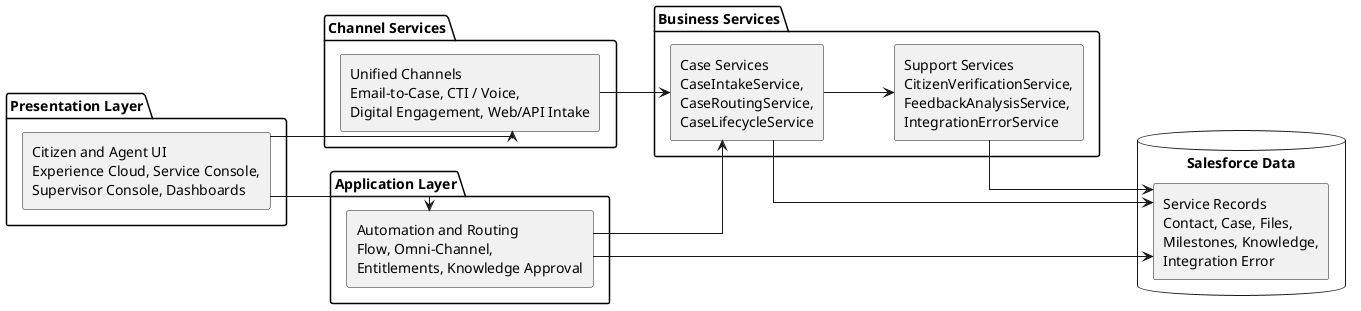
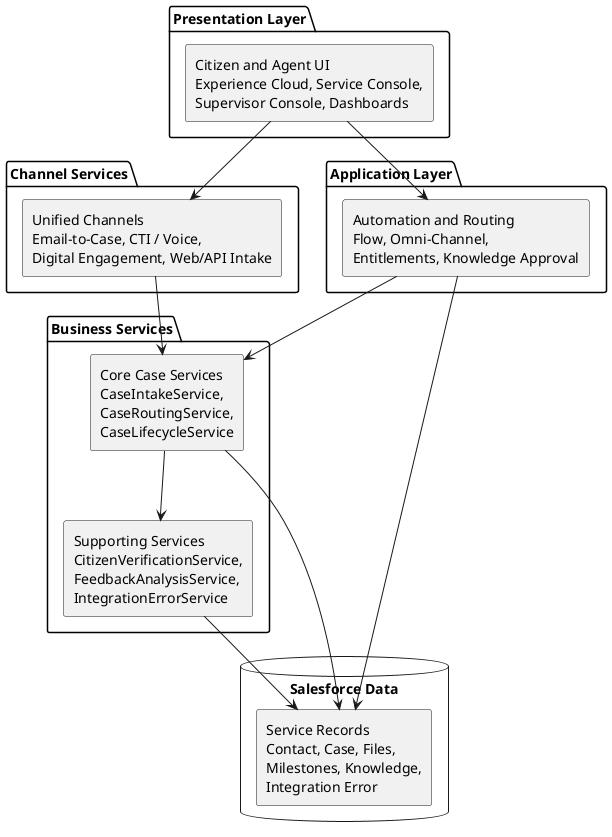
@startuml
skinparam componentStyle rectangle
- skinparam linetype ortho
skinparam nodesep 60
skinparam ranksep 70
- left to right direction

package "Presentation Layer" {
  [Citizen and Agent UI\nExperience Cloud, Service Console,\nSupervisor Console, Dashboards] as UI
}

package "Channel Services" {
  [Unified Channels\nEmail-to-Case, CTI / Voice,\nDigital Engagement, Web/API Intake] as Channels
}

package "Application Layer" {
  [Automation and Routing\nFlow, Omni-Channel,\nEntitlements, Knowledge Approval] as AppControls
}

package "Business Services" {
-   [Case Services\nCaseIntakeService,\nCaseRoutingService,\nCaseLifecycleService] as CaseServices
-   [Support Services\nCitizenVerificationService,\nFeedbackAnalysisService,\nIntegrationErrorService] as SupportServices
+   [Core Case Services\nCaseIntakeService,\nCaseRoutingService,\nCaseLifecycleService] as CaseServices
+   [Supporting Services\nCitizenVerificationService,\nFeedbackAnalysisService,\nIntegrationErrorService] as SupportServices
}

database "Salesforce Data" {
  [Service Records\nContact, Case, Files,\nMilestones, Knowledge,\nIntegration Error] as ServiceData
}

UI --> Channels
UI --> AppControls
Channels --> CaseServices
AppControls --> CaseServices
CaseServices --> SupportServices
CaseServices --> ServiceData
SupportServices --> ServiceData
AppControls --> ServiceData

@enduml
